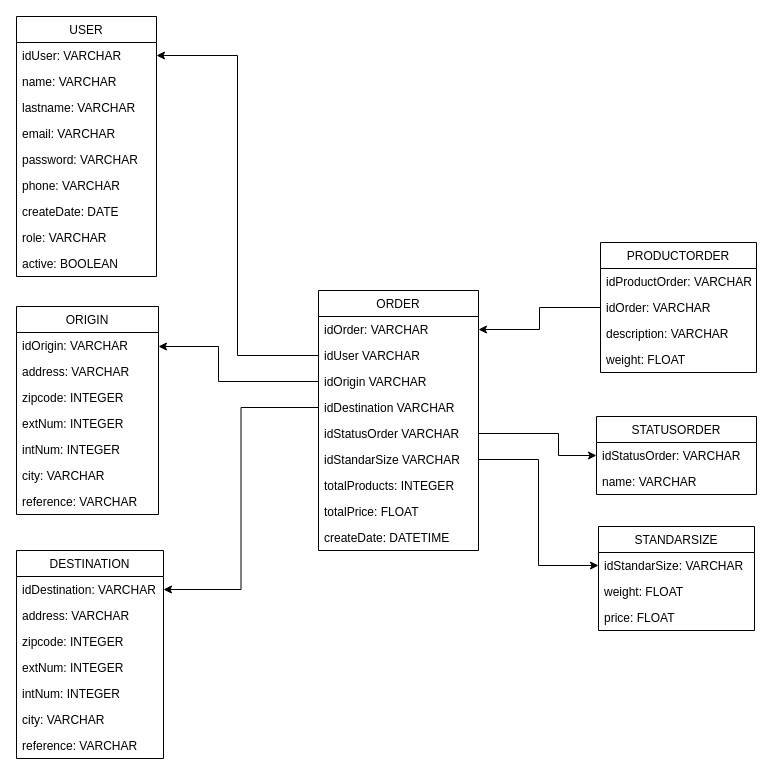
Above: src/common/assets/db-diagram.drawio in soteloJuan/logistics (draw.io), before the change. Source tidied: cells renumbered, new cells numbered last; positions are measured from the earlier drawing's top-left corner, leaving out a move shared by most shapes. Both pictures are drawn from the tidied source at 100%, with x=0, y=0 at pixel (16, 16).
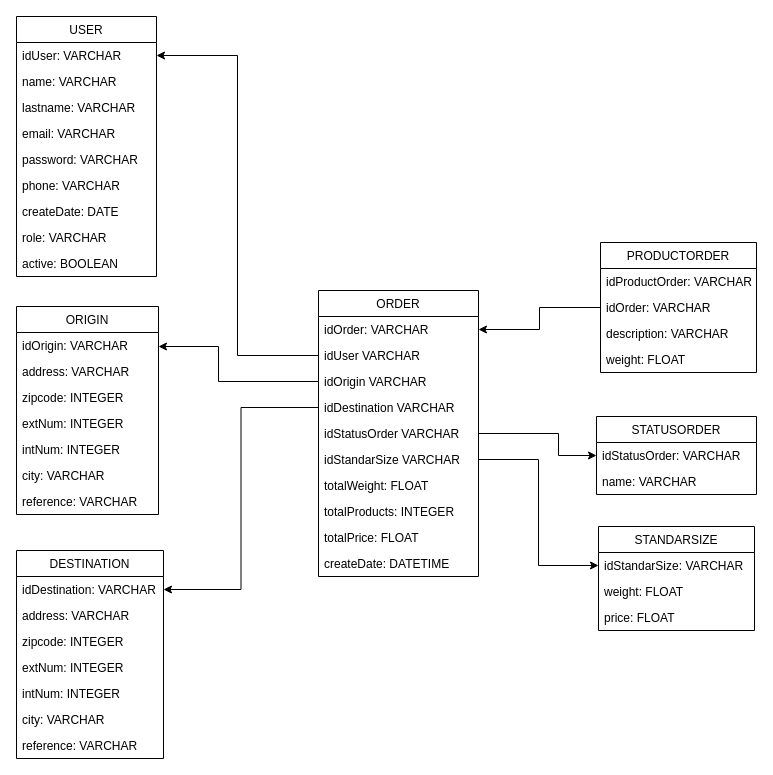
The same diagram, later.

Diff of the diagram source:
```diff
@@
     <mxCell id="35" value="ORDER" style="swimlane;fontStyle=0;horizontal=1;startSize=26;fillColor=none;" parent="1" vertex="1">
-      <mxGeometry x="302" y="274" width="160" height="260" as="geometry" />
+      <mxGeometry x="302" y="274" width="160" height="286" as="geometry" />
     </mxCell>
@@
+    <mxCell id="56" value="totalWeight: FLOAT" style="text;strokeColor=none;fillColor=none;align=left;verticalAlign=top;spacingLeft=4;spacingRight=4;overflow=hidden;" parent="35" vertex="1">
+      <mxGeometry y="182" width="160" height="26" as="geometry" />
+    </mxCell>
     <mxCell id="42" value="totalProducts: INTEGER" style="text;strokeColor=none;fillColor=none;align=left;verticalAlign=top;spacingLeft=4;spacingRight=4;overflow=hidden;" parent="35" vertex="1">
-      <mxGeometry y="182" width="160" height="26" as="geometry" />
+      <mxGeometry y="208" width="160" height="26" as="geometry" />
     </mxCell>
     <mxCell id="43" value="totalPrice: FLOAT" style="text;strokeColor=none;fillColor=none;align=left;verticalAlign=top;spacingLeft=4;spacingRight=4;overflow=hidden;" parent="35" vertex="1">
-      <mxGeometry y="208" width="160" height="26" as="geometry" />
+      <mxGeometry y="234" width="160" height="26" as="geometry" />
     </mxCell>
     <mxCell id="44" value="createDate: DATETIME" style="text;strokeColor=none;fillColor=none;align=left;verticalAlign=top;spacingLeft=4;spacingRight=4;overflow=hidden;" parent="35" vertex="1">
-      <mxGeometry y="234" width="160" height="26" as="geometry" />
+      <mxGeometry y="260" width="160" height="26" as="geometry" />
     </mxCell>
```
